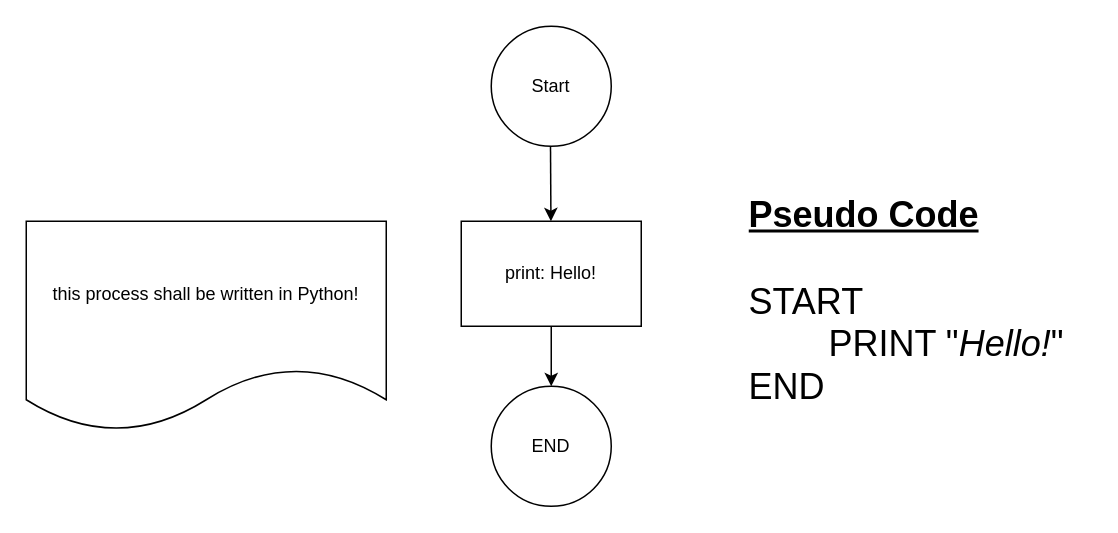
Above: Dokumente/Tag 3/HelloWordl!.drawio in Mk-link/Root (draw.io), before the change. Source tidied: cells renumbered, new cells numbered last; positions are measured from the earlier drawing's top-left corner, leaving out a move shared by most shapes. Both pictures are drawn from the tidied source at 150%, with x=0, y=0 at pixel (26, 26).
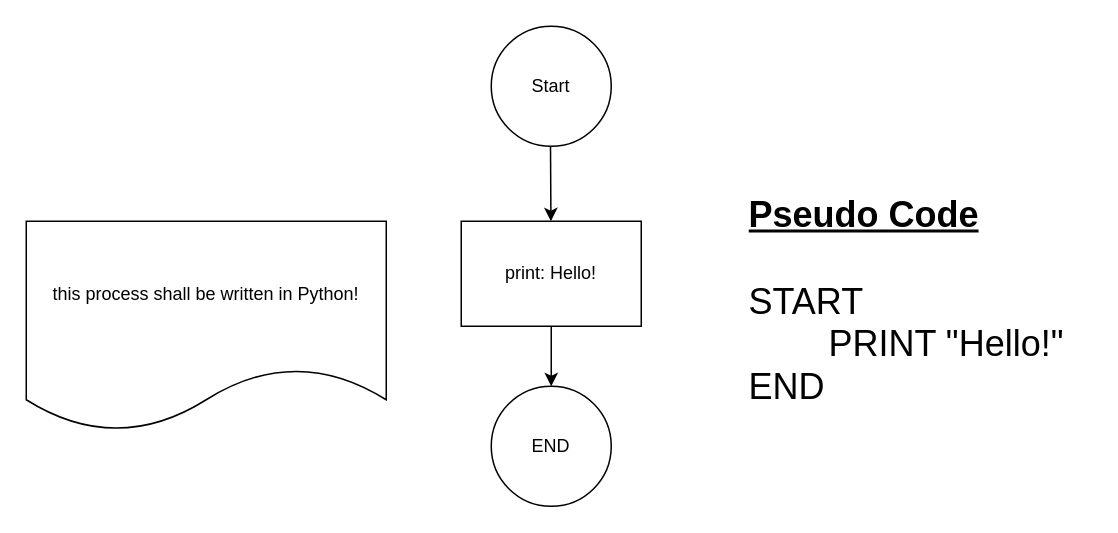
The same diagram, later.

What changed in the source:
```diff
@@
 <mxGraphModel>
   <root>
     <mxCell id="0" />
     <mxCell id="1" parent="0" />
     <mxCell id="2" value="Start" style="ellipse;whiteSpace=wrap;html=1;rotation=0;" parent="1" vertex="1">
       <mxGeometry x="310" width="80" height="80" as="geometry" />
     </mxCell>
     <mxCell id="3" style="endArrow=classic;html=1;rounded=0;" parent="1" edge="1" target="5">
       <mxGeometry relative="1" as="geometry">
         <mxPoint x="349.5" y="80" as="sourcePoint" />
       </mxGeometry>
     </mxCell>
     <mxCell id="4" style="edgeStyle=orthogonalEdgeStyle;rounded=0;jettySize=auto;html=1;" parent="1" edge="1" source="5" target="6">
       <mxGeometry relative="1" as="geometry" />
     </mxCell>
     <mxCell id="5" value="print: Hello!" style="rounded=0;whiteSpace=wrap;html=1;" parent="1" vertex="1">
       <mxGeometry x="290" y="130" width="120" height="70" as="geometry" />
     </mxCell>
     <mxCell id="6" value="END" style="ellipse;whiteSpace=wrap;html=1;" parent="1" vertex="1">
       <mxGeometry x="310" y="240" width="80" height="80" as="geometry" />
     </mxCell>
     <mxCell id="7" value="this process shall be written in Python!" style="shape=document;whiteSpace=wrap;html=1;boundedLbl=1;" parent="1" vertex="1">
       <mxGeometry y="130" width="240" height="140" as="geometry" />
     </mxCell>
-    <mxCell id="8" value="&lt;h1 style=&quot;margin-top: 0px;&quot;&gt;&lt;span style=&quot;background-color: transparent; color: light-dark(rgb(0, 0, 0), rgb(255, 255, 255));&quot;&gt;&lt;u&gt;Pseudo Code&lt;/u&gt;&lt;br&gt;&lt;/span&gt;&lt;br&gt;&lt;span style=&quot;font-weight: normal;&quot;&gt;START&lt;br&gt;&lt;span style=&quot;white-space: pre;&quot;&gt;&#9;&lt;/span&gt;PRINT &quot;&lt;i&gt;Hello!&lt;/i&gt;&quot;&lt;br&gt;END&lt;/span&gt;&lt;/h1&gt;" style="text;html=1;whiteSpace=wrap;overflow=hidden;rounded=0;" parent="1" vertex="1">
+    <mxCell id="8" value="&lt;h1 style=&quot;margin-top: 0px;&quot;&gt;&lt;span style=&quot;background-color: transparent; color: light-dark(rgb(0, 0, 0), rgb(255, 255, 255));&quot;&gt;&lt;u&gt;Pseudo Code&lt;/u&gt;&lt;br&gt;&lt;/span&gt;&lt;br&gt;&lt;span style=&quot;font-weight: normal;&quot;&gt;START&lt;/span&gt;&lt;br&gt;&lt;span style=&quot;font-weight: normal; white-space: pre;&quot;&gt;&#9;&lt;/span&gt;&lt;span style=&quot;font-weight: normal;&quot;&gt;PRINT &quot;&lt;/span&gt;&lt;span style=&quot;font-weight: normal;&quot;&gt;Hello!&lt;/span&gt;&lt;span style=&quot;font-weight: normal;&quot;&gt;&quot;&lt;/span&gt;&lt;br&gt;&lt;span style=&quot;font-weight: normal;&quot;&gt;END&lt;/span&gt;&lt;/h1&gt;" style="text;html=1;whiteSpace=wrap;overflow=hidden;rounded=0;" parent="1" vertex="1">
       <mxGeometry x="480" y="105" width="230" height="185" as="geometry" />
     </mxCell>
   </root>
 </mxGraphModel>
```
